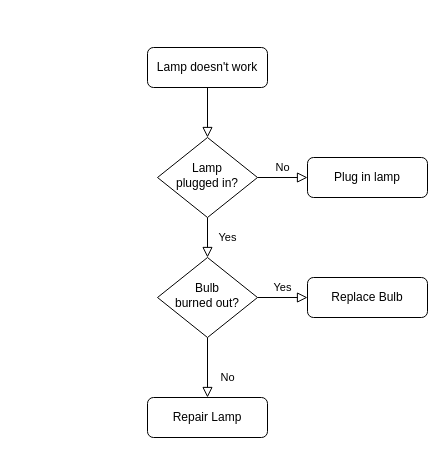
pravinproplus/Weather_App keeps this draw.io diagram as Untitled Diagram.drawio. Above is the earlier version. Source tidied: cells renumbered, new cells numbered last; positions are measured from the earlier drawing's top-left corner, leaving out a move shared by most shapes. Both pictures are drawn from the tidied source at 100%, with x=0, y=0 at pixel (147, 47).
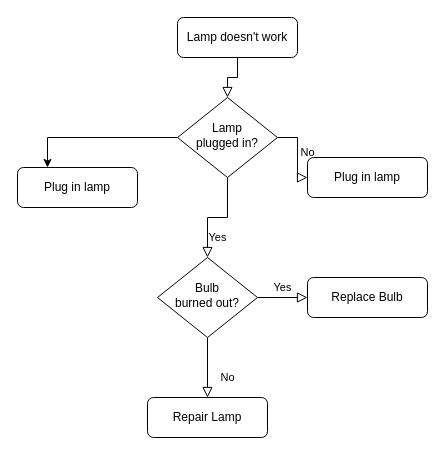
After the change.

Diff of the diagram source:
```diff
@@
 <mxGraphModel>
   <root>
     <mxCell id="0" />
     <mxCell id="1" parent="0" />
     <mxCell id="2" style="rounded=0;html=1;jettySize=auto;fontSize=11;endArrow=block;endFill=0;endSize=8;strokeWidth=1;shadow=0;labelBackgroundColor=none;edgeStyle=orthogonalEdgeStyle;" parent="1" edge="1" source="3" target="6">
       <mxGeometry relative="1" as="geometry" />
     </mxCell>
     <mxCell id="3" value="Lamp doesn't work" style="rounded=1;whiteSpace=wrap;html=1;fontSize=12;glass=0;strokeWidth=1;shadow=0;" parent="1" vertex="1">
-      <mxGeometry width="120" height="40" as="geometry" />
+      <mxGeometry x="30" y="-30" width="120" height="40" as="geometry" />
     </mxCell>
     <mxCell id="4" value="Yes" style="rounded=0;html=1;jettySize=auto;fontSize=11;endArrow=block;endFill=0;endSize=8;strokeWidth=1;shadow=0;labelBackgroundColor=none;edgeStyle=orthogonalEdgeStyle;" parent="1" edge="1" source="6" target="10">
       <mxGeometry y="20" relative="1" as="geometry" />
     </mxCell>
     <mxCell id="5" value="No" style="edgeStyle=orthogonalEdgeStyle;rounded=0;html=1;jettySize=auto;fontSize=11;endArrow=block;endFill=0;endSize=8;strokeWidth=1;shadow=0;labelBackgroundColor=none;" parent="1" edge="1" source="6" target="7">
       <mxGeometry y="10" relative="1" as="geometry" />
     </mxCell>
+    <mxCell id="13" style="edgeStyle=orthogonalEdgeStyle;rounded=0;jettySize=auto;html=1;entryX=0.25;entryY=0;entryDx=0;entryDy=0;" parent="1" edge="1" source="6" target="14">
+      <mxGeometry relative="1" as="geometry" />
+    </mxCell>
     <mxCell id="6" value="Lamp&lt;br&gt;plugged in?" style="rhombus;whiteSpace=wrap;html=1;shadow=0;fontFamily=Helvetica;fontSize=12;align=center;strokeWidth=1;spacing=6;spacingTop=-4;" parent="1" vertex="1">
-      <mxGeometry x="10" y="90" width="100" height="80" as="geometry" />
+      <mxGeometry x="30" y="50" width="100" height="80" as="geometry" />
     </mxCell>
     <mxCell id="7" value="Plug in lamp" style="rounded=1;whiteSpace=wrap;html=1;fontSize=12;glass=0;strokeWidth=1;shadow=0;" parent="1" vertex="1">
       <mxGeometry x="160" y="110" width="120" height="40" as="geometry" />
     </mxCell>
     <mxCell id="8" value="No" style="rounded=0;html=1;jettySize=auto;fontSize=11;endArrow=block;endFill=0;endSize=8;strokeWidth=1;shadow=0;labelBackgroundColor=none;edgeStyle=orthogonalEdgeStyle;" parent="1" edge="1" source="10" target="11">
       <mxGeometry x="0.33" y="20" relative="1" as="geometry" />
     </mxCell>
     <mxCell id="9" value="Yes" style="edgeStyle=orthogonalEdgeStyle;rounded=0;html=1;jettySize=auto;fontSize=11;endArrow=block;endFill=0;endSize=8;strokeWidth=1;shadow=0;labelBackgroundColor=none;" parent="1" edge="1" source="10" target="12">
       <mxGeometry y="10" relative="1" as="geometry" />
     </mxCell>
     <mxCell id="10" value="Bulb&lt;br&gt;burned out?" style="rhombus;whiteSpace=wrap;html=1;shadow=0;fontFamily=Helvetica;fontSize=12;align=center;strokeWidth=1;spacing=6;spacingTop=-4;" parent="1" vertex="1">
       <mxGeometry x="10" y="210" width="100" height="80" as="geometry" />
     </mxCell>
     <mxCell id="11" value="Repair Lamp" style="rounded=1;whiteSpace=wrap;html=1;fontSize=12;glass=0;strokeWidth=1;shadow=0;" parent="1" vertex="1">
       <mxGeometry y="350" width="120" height="40" as="geometry" />
     </mxCell>
     <mxCell id="12" value="Replace Bulb" style="rounded=1;whiteSpace=wrap;html=1;fontSize=12;glass=0;strokeWidth=1;shadow=0;" parent="1" vertex="1">
       <mxGeometry x="160" y="230" width="120" height="40" as="geometry" />
     </mxCell>
+    <mxCell id="14" value="Plug in lamp" style="rounded=1;whiteSpace=wrap;html=1;fontSize=12;glass=0;strokeWidth=1;shadow=0;" parent="1" vertex="1">
+      <mxGeometry x="-130" y="120" width="120" height="40" as="geometry" />
+    </mxCell>
   </root>
 </mxGraphModel>
```
